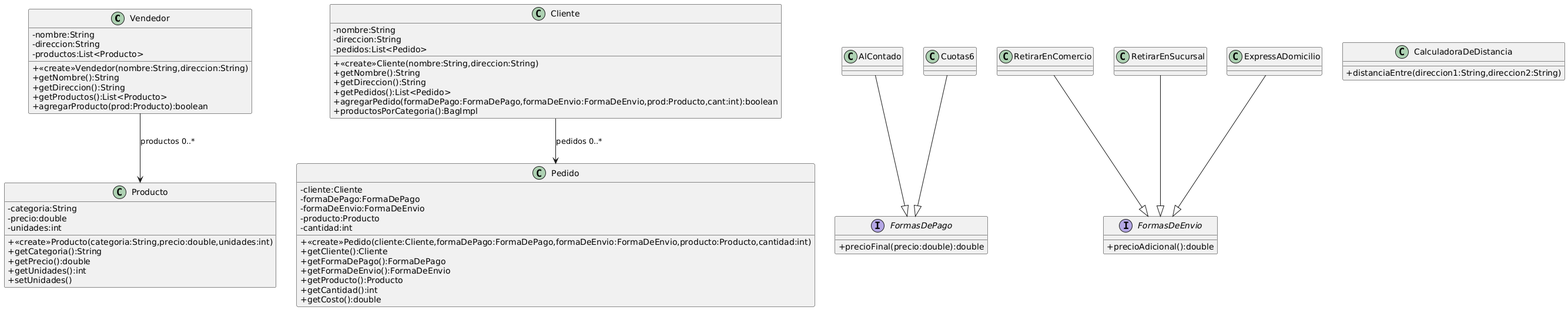
Earlier version of the PlantUML export ejercicio23/uml.png (FranManu18/Practica-Orientacion-a-Objetos-1). Source of this version:
```plantuml
@startuml
skinparam classAttributeIconSize 0

class Vendedor{
-nombre:String
-direccion:String
-productos:List<Producto>

+<<create>>Vendedor(nombre:String,direccion:String)
+getNombre():String
+getDireccion():String
+getProductos():List<Producto>
+agregarProducto(prod:Producto):boolean
}

class Producto{
-categoria:String
-precio:double
-unidades:int

+<<create>>Producto(categoria:String,precio:double,unidades:int)
+getCategoria():String
+getPrecio():double
+getUnidades():int
+setUnidades()
}

class Cliente{
-nombre:String
-direccion:String
-pedidos:List<Pedido>

+<<create>>Cliente(nombre:String,direccion:String)
+getNombre():String
+getDireccion():String
+getPedidos():List<Pedido>
+agregarPedido(formaDePago:FormaDePago,formaDeEnvio:FormaDeEnvio,prod:Producto,cant:int):boolean
+productosPorCategoria():BagImpl
}

class Pedido{
-cliente:Cliente
-formaDePago:FormaDePago
-formaDeEnvio:FormaDeEnvio
-producto:Producto
-cantidad:int

+<<create>>Pedido(cliente:Cliente,formaDePago:FormaDePago,formaDeEnvio:FormaDeEnvio,producto:Producto,cantidad:int)
+getCliente():Cliente
+getFormaDePago():FormaDePago
+getFormaDeEnvio():FormaDeEnvio
+getProducto():Producto
+getCantidad():int
+getCosto():double
}

Interface FormasDePago{

+ precioFinal(precio:double):double
}

class AlContado{
}


class Cuotas6{
}

Interface FormasDeEnvio{

+ precioAdicional():double
}

class RetirarEnComercio{
}

class RetirarEnSucursal{
}

class ExpressADomicilio{
}

class CalculadoraDeDistancia{
+distanciaEntre(direccion1:String,direccion2:String)
}

Vendedor-->Producto:productos 0..*
Cliente-->Pedido:pedidos 0..*

AlContado--|>FormasDePago
Cuotas6--|>FormasDePago

RetirarEnComercio--|>FormasDeEnvio
RetirarEnSucursal--|>FormasDeEnvio
ExpressADomicilio--|>FormasDeEnvio
@enduml
```
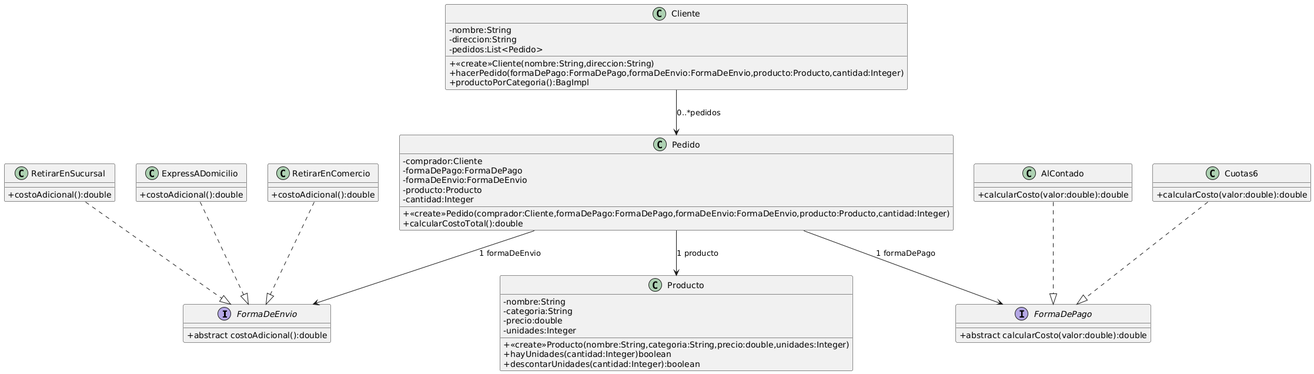
The same file after the commit.

The edit, as a diff of the source:
```diff
@@ -1,28 +1,32 @@
 @startuml
 skinparam classAttributeIconSize 0
 
-class Vendedor{
--nombre:String
--direccion:String
--productos:List<Producto>
-
-+<<create>>Vendedor(nombre:String,direccion:String)
-+getNombre():String
-+getDireccion():String
-+getProductos():List<Producto>
-+agregarProducto(prod:Producto):boolean
+Interface FormaDeEnvio{
++abstract costoAdicional():double
 }
 
-class Producto{
--categoria:String
--precio:double
--unidades:int
+Interface FormaDePago{
++abstract calcularCosto(valor:double):double
+}
 
-+<<create>>Producto(categoria:String,precio:double,unidades:int)
-+getCategoria():String
-+getPrecio():double
-+getUnidades():int
-+setUnidades()
+class AlContado{
++calcularCosto(valor:double):double
+}
+
+class Cuotas6{
++calcularCosto(valor:double):double
+}
+
+class RetirarEnComercio{
++costoAdicional():double
+}
+
+class RetirarEnSucursal{
++costoAdicional():double
+}
+
+class ExpressADomicilio{
++costoAdicional():double
 }
 
 class Cliente{
@@ -31,66 +35,41 @@
 -pedidos:List<Pedido>
 
 +<<create>>Cliente(nombre:String,direccion:String)
-+getNombre():String
-+getDireccion():String
-+getPedidos():List<Pedido>
-+agregarPedido(formaDePago:FormaDePago,formaDeEnvio:FormaDeEnvio,prod:Producto,cant:int):boolean
-+productosPorCategoria():BagImpl
++hacerPedido(formaDePago:FormaDePago,formaDeEnvio:FormaDeEnvio,producto:Producto,cantidad:Integer)
++productoPorCategoria():BagImpl
 }
 
 class Pedido{
--cliente:Cliente
+-comprador:Cliente
 -formaDePago:FormaDePago
 -formaDeEnvio:FormaDeEnvio
 -producto:Producto
--cantidad:int
+-cantidad:Integer
 
-+<<create>>Pedido(cliente:Cliente,formaDePago:FormaDePago,formaDeEnvio:FormaDeEnvio,producto:Producto,cantidad:int)
-+getCliente():Cliente
-+getFormaDePago():FormaDePago
-+getFormaDeEnvio():FormaDeEnvio
-+getProducto():Producto
-+getCantidad():int
-+getCosto():double
++<<create>>Pedido(comprador:Cliente,formaDePago:FormaDePago,formaDeEnvio:FormaDeEnvio,producto:Producto,cantidad:Integer)
++calcularCostoTotal():double
 }
 
-Interface FormasDePago{
+class Producto{
+-nombre:String
+-categoria:String
+-precio:double
+-unidades:Integer
 
-+ precioFinal(precio:double):double
++<<create>>Producto(nombre:String,categoria:String,precio:double,unidades:Integer)
++hayUnidades(cantidad:Integer)boolean
++descontarUnidades(cantidad:Integer):boolean
 }
 
-class AlContado{
-}
+RetirarEnComercio..|>FormaDeEnvio
+RetirarEnSucursal..|>FormaDeEnvio
+ExpressADomicilio..|>FormaDeEnvio
 
+AlContado..|>FormaDePago
+Cuotas6..|>FormaDePago
 
-class Cuotas6{
-}
-
-Interface FormasDeEnvio{
-
-+ precioAdicional():double
-}
-
-class RetirarEnComercio{
-}
-
-class RetirarEnSucursal{
-}
-
-class ExpressADomicilio{
-}
-
-class CalculadoraDeDistancia{
-+distanciaEntre(direccion1:String,direccion2:String)
-}
-
-Vendedor-->Producto:productos 0..*
-Cliente-->Pedido:pedidos 0..*
-
-AlContado--|>FormasDePago
-Cuotas6--|>FormasDePago
-
-RetirarEnComercio--|>FormasDeEnvio
-RetirarEnSucursal--|>FormasDeEnvio
-ExpressADomicilio--|>FormasDeEnvio
+Cliente-->Pedido:0..*pedidos
+Pedido-->FormaDePago:1 formaDePago
+Pedido-->FormaDeEnvio:1 formaDeEnvio
+Pedido-->Producto:1 producto
 @enduml
```
